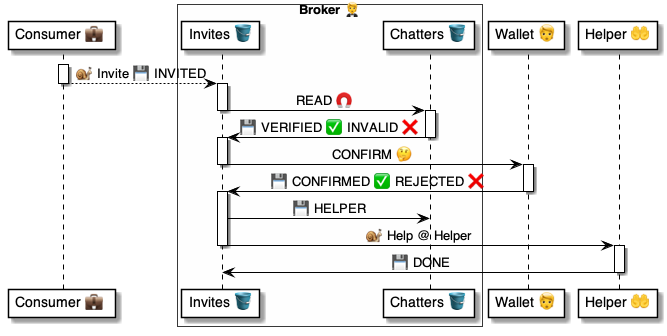
Above: 4 ⚙️ Solution/20 🧑‍🦰 UI/Brokers 🤵/🤵🪣 Broker tables/Invites 🤲 table/🪣 Invites/🤵 Broker.Invites ⚙️ uml.png in pollyweb-org/pollyweb-docs (PlantUML), before the change. Its source is kept beside it as 4 ⚙️ Solution/20 🧑‍🦰 UI/Brokers 🤵/🤵🪣 Broker tables/Invites 🤲 table/🪣 Invites/🤵 Broker.Invites ⚙️ uml.puml.
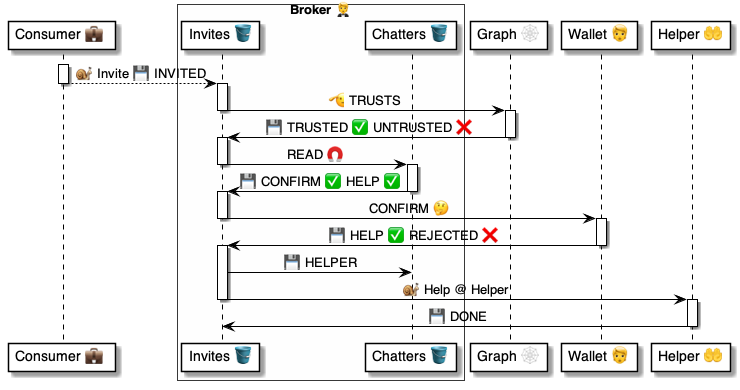
After the change.

Change to the diagram source:
```diff
@@ -5,6 +5,7 @@
     participant "Invites 🪣" as broker
     participant "Chatters 🪣" as chatters
 end box
+participant "Graph 🕸" as graph
 participant "Wallet 🧑" as user
 participant "Helper 🤲" as helper
 
@@ -14,11 +15,19 @@
 deactivate host
 
 activate broker
+    broker -> graph: 🫡 TRUSTS
+deactivate broker
+
+activate graph
+    graph -> broker: 💾 TRUSTED ✅ UNTRUSTED ❌
+deactivate graph
+
+activate broker
     broker -> chatters: READ 🧲
 deactivate broker
 
 activate chatters
-    chatters -> broker: 💾 VERIFIED ✅ INVALID ❌
+    chatters -> broker: 💾 CONFIRM ✅ HELP ✅
 deactivate chatters
 
 activate broker
@@ -26,7 +35,7 @@
 deactivate broker
 
 activate user
-    user -> broker: 💾 CONFIRMED ✅ REJECTED ❌
+    user -> broker: 💾 HELP ✅ REJECTED ❌
 deactivate user
 
 activate broker
```
